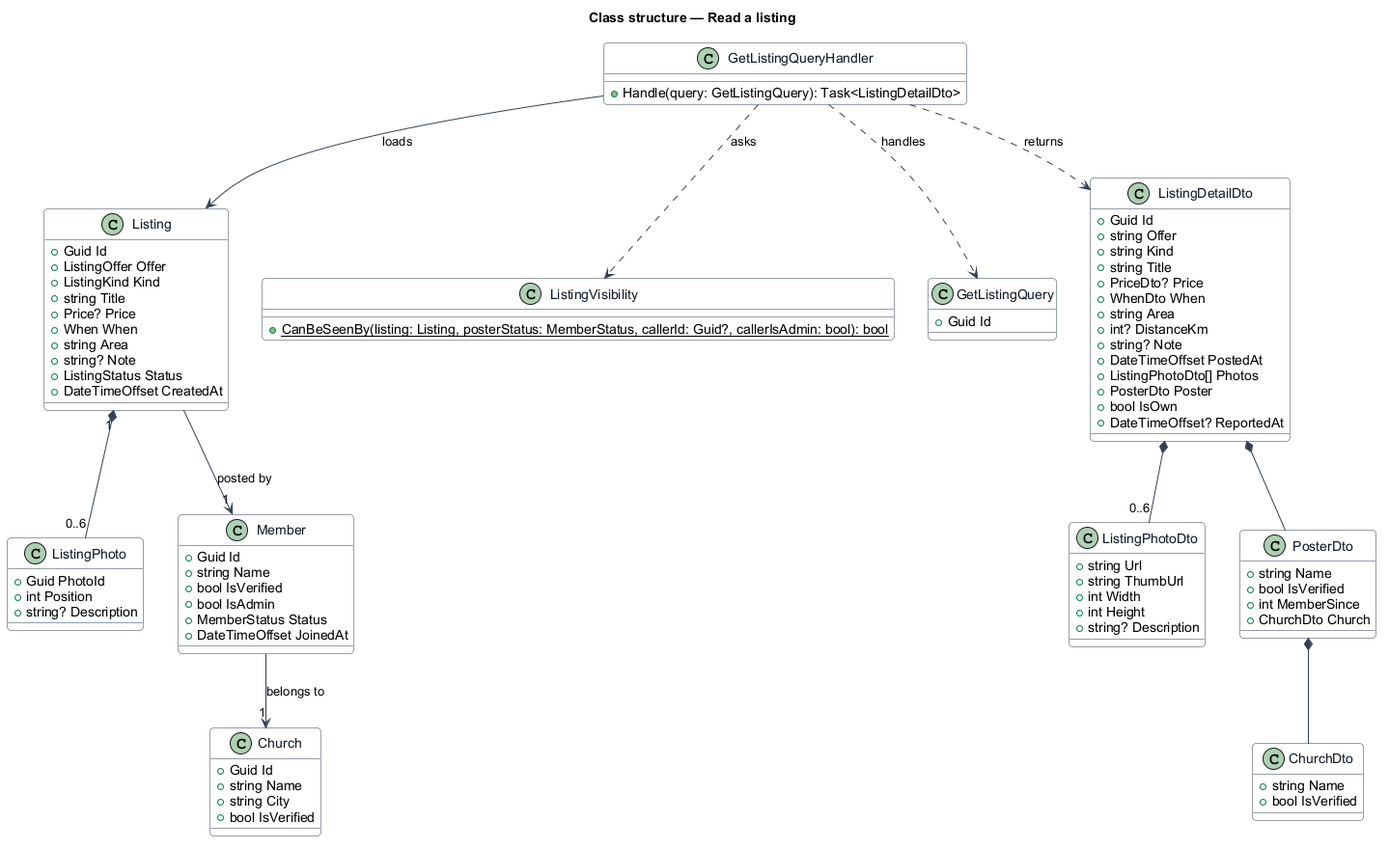
This is docs/detailed-designs/listing/read-listing/diagrams/class-structure.png from QuinntyneBrown/christian-rent, a PlantUML export, as it was before one commit. Its source is kept beside it as docs/detailed-designs/platform/present-app-shell/diagrams/class-structure.puml.
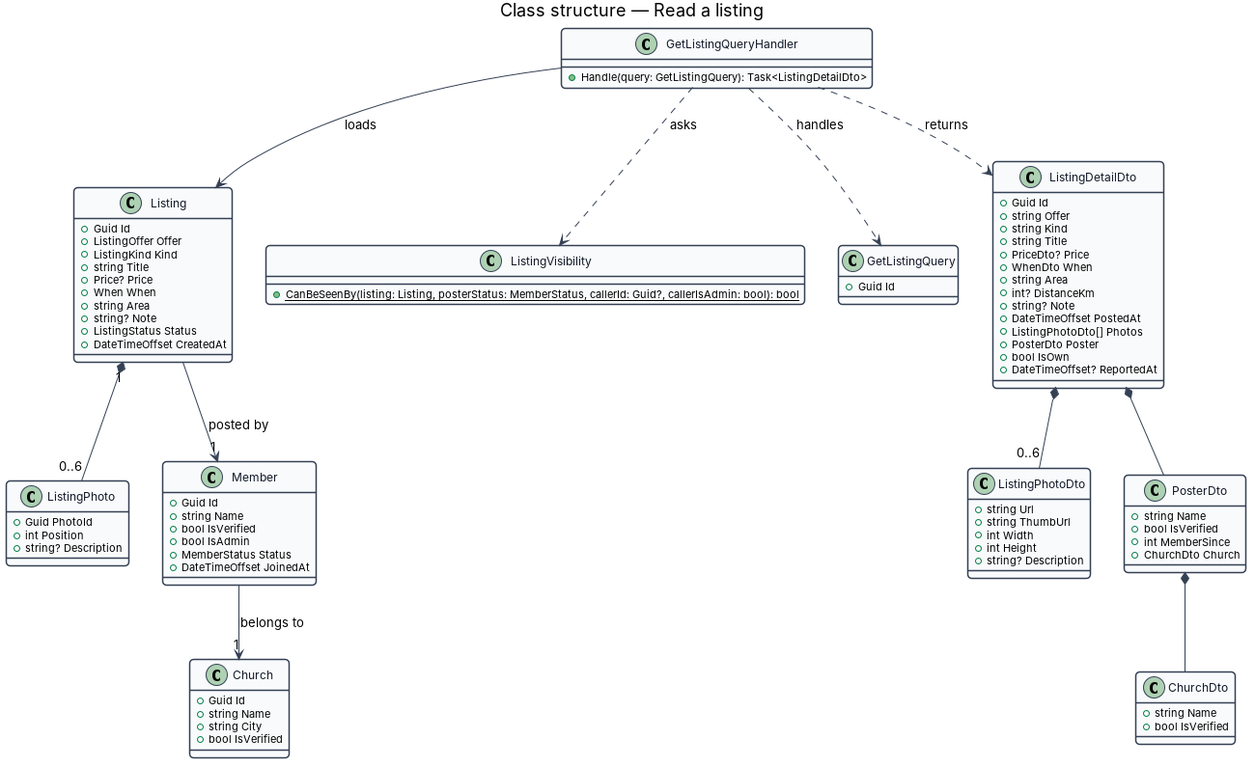
After the change.

Diff of the diagram source:
```diff
@@ -42,7 +42,7 @@
   +member: Signal<MemberSummary | null>
 }
 class adminGuard <<CanMatchFn>> {
-  +(route, segments): Promise<boolean>
+  +(route, segments): Promise<boolean | UrlTree>  (in admin)
 }
 App *-- SiteHeader : pages render
 SiteHeader *-- Logo
```
